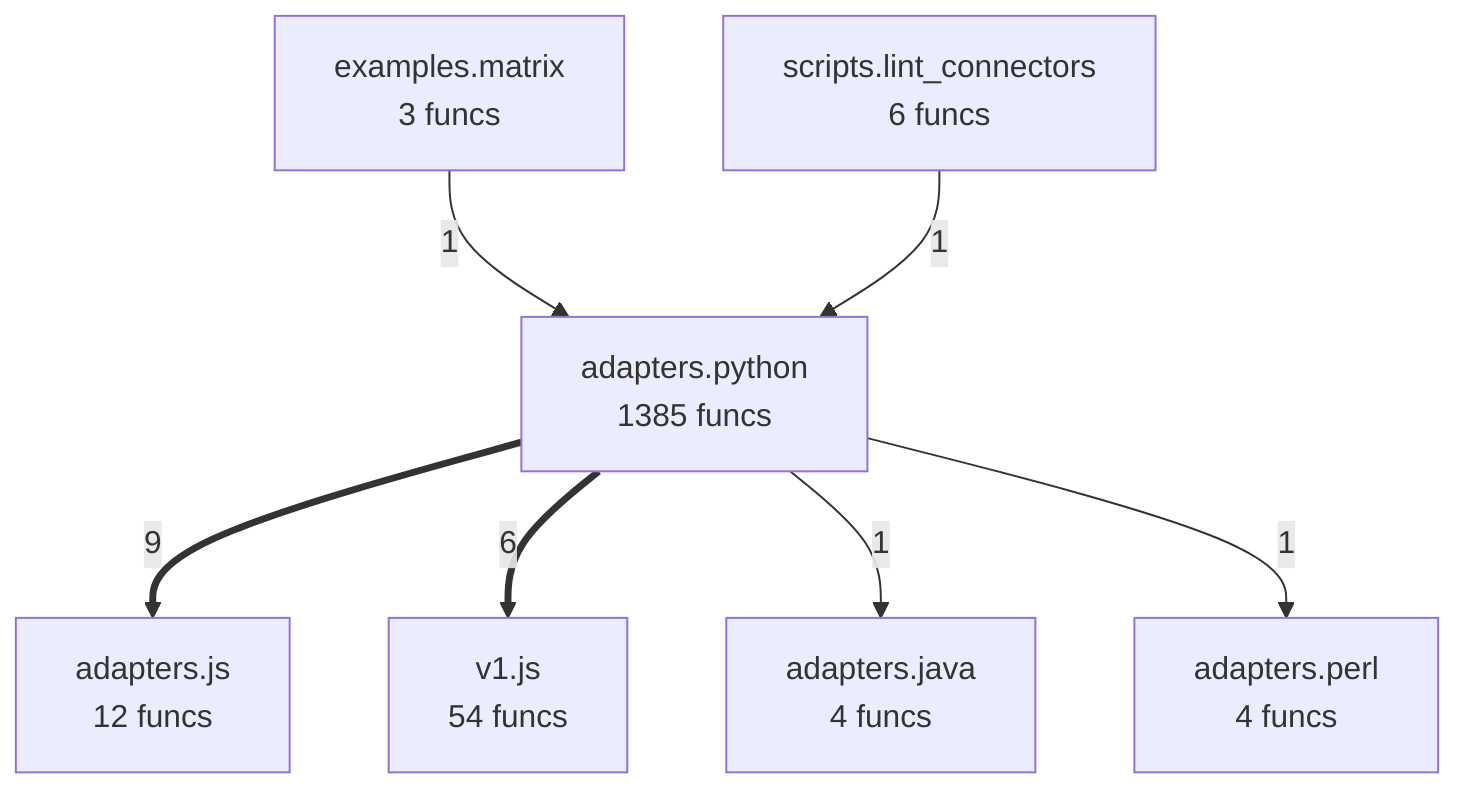
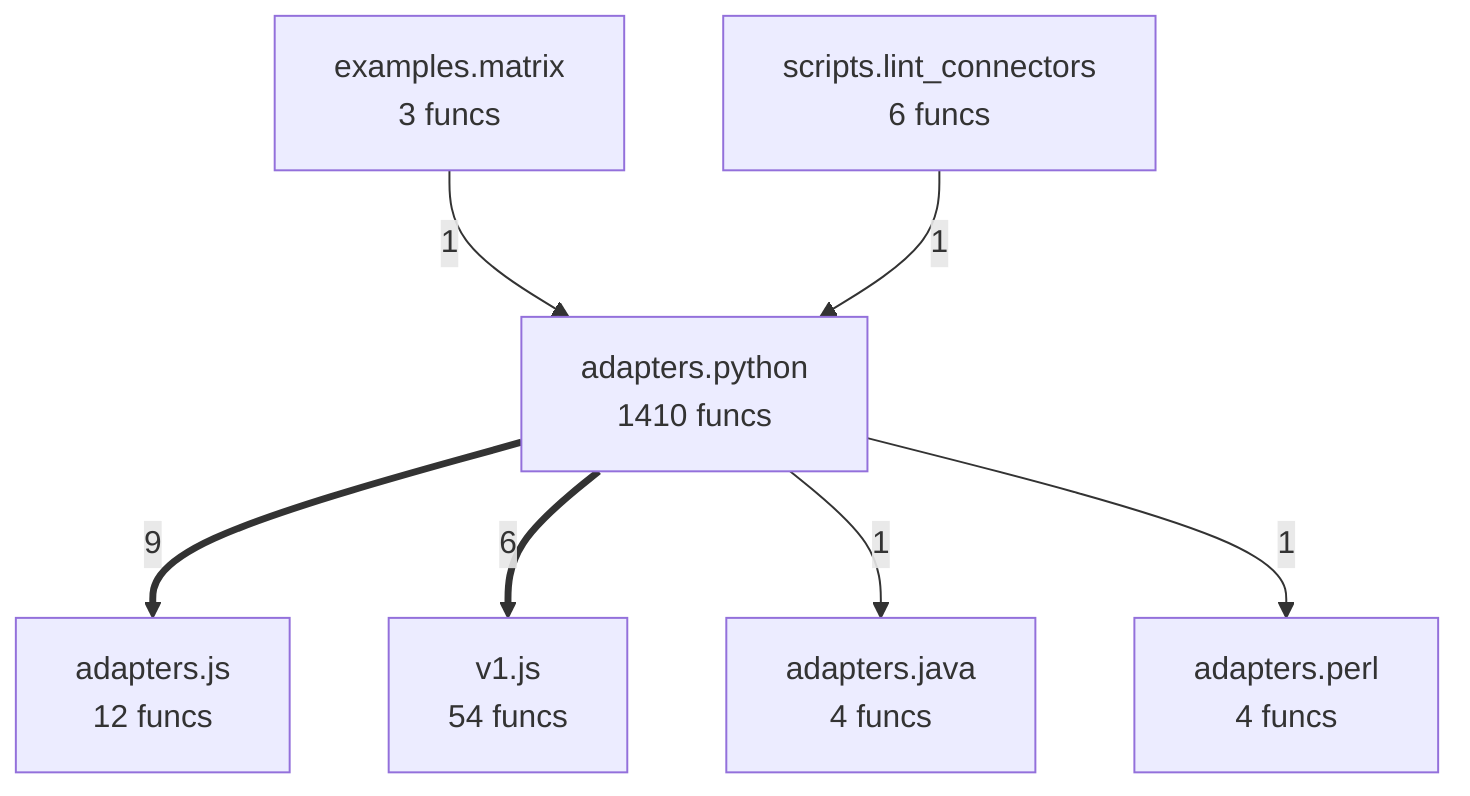
flowchart TD
- %% generated in 0.09s
+ %% generated in 0.03s
    adapters__java["adapters.java<br/>4 funcs"]
    adapters__js["adapters.js<br/>12 funcs"]
    adapters__perl["adapters.perl<br/>4 funcs"]
-     adapters__python["adapters.python<br/>1385 funcs"]
+     adapters__python["adapters.python<br/>1410 funcs"]
    examples__matrix["examples.matrix<br/>3 funcs"]
    scripts__lint_connectors["scripts.lint_connectors<br/>6 funcs"]
    v1__js["v1.js<br/>54 funcs"]
    adapters__python ==>|9| adapters__js
    adapters__python ==>|6| v1__js
    examples__matrix -->|1| adapters__python
    scripts__lint_connectors -->|1| adapters__python
    adapters__python -->|1| adapters__java
    adapters__python -->|1| adapters__perl
